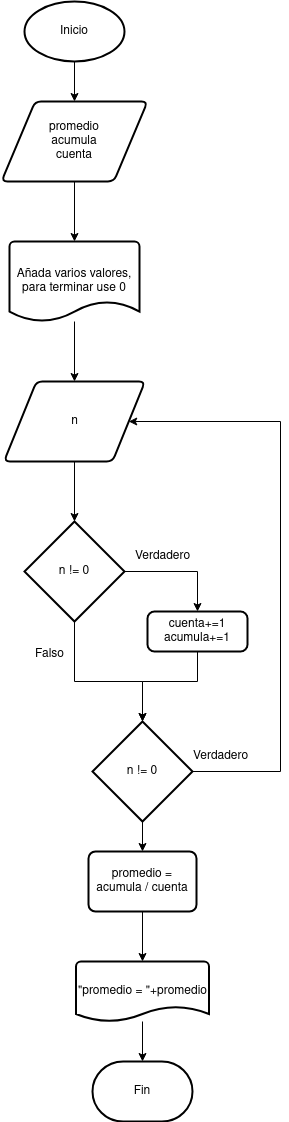
The draw.io diagram unidad-1/Tareas/tarea2/images/diagrama-flujo8.png in IsmaelJos/programacion, before a commit. Source tidied: cells renumbered, new cells last; positions are measured from the earlier drawing's top-left corner, leaving out a move shared by most shapes. The source it was exported from:
```xml
<mxGraphModel>
  <root>
    <mxCell id="0" />
    <mxCell id="1" parent="0" />
    <mxCell id="2" value="Fin" style="strokeWidth=2;html=1;shape=mxgraph.flowchart.terminator;whiteSpace=wrap;" parent="1" vertex="1">
      <mxGeometry x="91" y="1060" width="100" height="60" as="geometry" />
    </mxCell>
    <mxCell id="3" style="edgeStyle=orthogonalEdgeStyle;rounded=0;jettySize=auto;html=1;exitX=0.5;exitY=1;exitDx=0;exitDy=0;exitPerimeter=0;entryX=0.5;entryY=0;entryDx=0;entryDy=0;" parent="1" edge="1" source="4" target="5">
      <mxGeometry relative="1" as="geometry" />
    </mxCell>
    <mxCell id="4" value="Inicio" style="strokeWidth=2;html=1;shape=mxgraph.flowchart.start_1;whiteSpace=wrap;" parent="1" vertex="1">
      <mxGeometry x="23" width="100" height="60" as="geometry" />
    </mxCell>
    <mxCell id="5" value="&lt;div&gt;promedio&lt;/div&gt;&lt;div&gt;acumula&lt;/div&gt;&lt;div&gt;cuenta &lt;br&gt;&lt;/div&gt;" style="shape=parallelogram;html=1;strokeWidth=2;perimeter=parallelogramPerimeter;whiteSpace=wrap;rounded=1;arcSize=12;size=0.23;" parent="1" vertex="1">
      <mxGeometry y="100" width="146" height="80" as="geometry" />
    </mxCell>
    <mxCell id="6" style="edgeStyle=orthogonalEdgeStyle;rounded=0;jettySize=auto;html=1;" parent="1" edge="1" source="7" target="9">
      <mxGeometry relative="1" as="geometry" />
    </mxCell>
    <mxCell id="7" value="Añada varios valores, para terminar use 0" style="strokeWidth=2;html=1;shape=mxgraph.flowchart.document2;whiteSpace=wrap;size=0.25;" parent="1" vertex="1">
      <mxGeometry x="8" y="240" width="130" height="80" as="geometry" />
    </mxCell>
    <mxCell id="8" style="edgeStyle=orthogonalEdgeStyle;rounded=0;jettySize=auto;html=1;exitX=0.5;exitY=1;exitDx=0;exitDy=0;entryX=0.5;entryY=0;entryDx=0;entryDy=0;entryPerimeter=0;" parent="1" edge="1" source="5" target="7">
      <mxGeometry relative="1" as="geometry" />
    </mxCell>
    <mxCell id="9" value="n" style="shape=parallelogram;html=1;strokeWidth=2;perimeter=parallelogramPerimeter;whiteSpace=wrap;rounded=1;arcSize=12;size=0.23;" parent="1" vertex="1">
      <mxGeometry x="2.5" y="380" width="141" height="80" as="geometry" />
    </mxCell>
    <mxCell id="10" style="edgeStyle=orthogonalEdgeStyle;rounded=0;jettySize=auto;html=1;exitX=1;exitY=0.5;exitDx=0;exitDy=0;exitPerimeter=0;entryX=0.5;entryY=0;entryDx=0;entryDy=0;" parent="1" edge="1" source="12" target="14">
      <mxGeometry relative="1" as="geometry" />
    </mxCell>
    <mxCell id="11" style="edgeStyle=orthogonalEdgeStyle;rounded=0;jettySize=auto;html=1;exitX=0.5;exitY=1;exitDx=0;exitDy=0;exitPerimeter=0;entryX=0.5;entryY=0;entryDx=0;entryDy=0;entryPerimeter=0;" parent="1" edge="1" source="12" target="18">
      <mxGeometry relative="1" as="geometry">
        <Array as="points">
          <mxPoint x="73" y="680" />
          <mxPoint x="141" y="680" />
        </Array>
      </mxGeometry>
    </mxCell>
    <mxCell id="12" value="n != 0" style="strokeWidth=2;html=1;shape=mxgraph.flowchart.decision;whiteSpace=wrap;" parent="1" vertex="1">
      <mxGeometry x="23" y="520" width="100" height="100" as="geometry" />
    </mxCell>
    <mxCell id="13" style="edgeStyle=orthogonalEdgeStyle;rounded=0;jettySize=auto;html=1;exitX=0.5;exitY=1;exitDx=0;exitDy=0;entryX=0.5;entryY=0;entryDx=0;entryDy=0;entryPerimeter=0;" parent="1" edge="1" source="9" target="12">
      <mxGeometry relative="1" as="geometry" />
    </mxCell>
    <mxCell id="14" value="&lt;div&gt;cuenta+=1&lt;/div&gt;&lt;div&gt;acumula+=1&lt;br&gt;&lt;/div&gt;" style="rounded=1;whiteSpace=wrap;html=1;absoluteArcSize=1;arcSize=14;strokeWidth=2;" parent="1" vertex="1">
      <mxGeometry x="146" y="610" width="100" height="40" as="geometry" />
    </mxCell>
    <mxCell id="15" value="Verdadero" style="text;html=1;align=center;verticalAlign=middle;strokeColor=none;fillColor=none;" parent="1" vertex="1">
      <mxGeometry x="121" y="540" width="80" height="30" as="geometry" />
    </mxCell>
    <mxCell id="16" value="Falso" style="text;html=1;align=center;verticalAlign=middle;strokeColor=none;fillColor=none;" parent="1" vertex="1">
      <mxGeometry x="23" y="638" width="50" height="30" as="geometry" />
    </mxCell>
    <mxCell id="17" style="edgeStyle=orthogonalEdgeStyle;rounded=0;jettySize=auto;html=1;exitX=0.5;exitY=1;exitDx=0;exitDy=0;exitPerimeter=0;entryX=0.5;entryY=0;entryDx=0;entryDy=0;" parent="1" edge="1" source="18" target="22">
      <mxGeometry relative="1" as="geometry" />
    </mxCell>
    <mxCell id="18" value="n != 0" style="strokeWidth=2;html=1;shape=mxgraph.flowchart.decision;whiteSpace=wrap;" parent="1" vertex="1">
      <mxGeometry x="91" y="720" width="100" height="100" as="geometry" />
    </mxCell>
    <mxCell id="19" style="edgeStyle=orthogonalEdgeStyle;rounded=0;jettySize=auto;html=1;exitX=1;exitY=0.5;exitDx=0;exitDy=0;exitPerimeter=0;entryX=1;entryY=0.5;entryDx=0;entryDy=0;" parent="1" edge="1" source="18" target="9">
      <mxGeometry relative="1" as="geometry">
        <Array as="points">
          <mxPoint x="279" y="770" />
          <mxPoint x="279" y="420" />
        </Array>
      </mxGeometry>
    </mxCell>
    <mxCell id="20" style="edgeStyle=orthogonalEdgeStyle;rounded=0;jettySize=auto;html=1;exitX=0.5;exitY=1;exitDx=0;exitDy=0;entryX=0.5;entryY=0;entryDx=0;entryDy=0;entryPerimeter=0;" parent="1" edge="1" source="14" target="18">
      <mxGeometry relative="1" as="geometry">
        <Array as="points">
          <mxPoint x="196" y="680" />
          <mxPoint x="141" y="680" />
        </Array>
      </mxGeometry>
    </mxCell>
    <mxCell id="21" value="Verdadero" style="text;html=1;align=center;verticalAlign=middle;strokeColor=none;fillColor=none;" parent="1" vertex="1">
      <mxGeometry x="179" y="740" width="80" height="30" as="geometry" />
    </mxCell>
    <mxCell id="22" value="promedio = acumula / cuenta" style="rounded=1;whiteSpace=wrap;html=1;absoluteArcSize=1;arcSize=14;strokeWidth=2;" parent="1" vertex="1">
      <mxGeometry x="87" y="850" width="108" height="60" as="geometry" />
    </mxCell>
    <mxCell id="23" style="edgeStyle=orthogonalEdgeStyle;rounded=0;jettySize=auto;html=1;" parent="1" edge="1" source="24" target="2">
      <mxGeometry relative="1" as="geometry" />
    </mxCell>
    <mxCell id="24" value="&quot;promedio = &quot;+promedio" style="strokeWidth=2;html=1;shape=mxgraph.flowchart.document2;whiteSpace=wrap;size=0.25;" parent="1" vertex="1">
      <mxGeometry x="74.5" y="960" width="133" height="60" as="geometry" />
    </mxCell>
    <mxCell id="25" style="edgeStyle=orthogonalEdgeStyle;rounded=0;jettySize=auto;html=1;exitX=0.5;exitY=1;exitDx=0;exitDy=0;entryX=0.5;entryY=0;entryDx=0;entryDy=0;entryPerimeter=0;" parent="1" edge="1" source="22" target="24">
      <mxGeometry relative="1" as="geometry" />
    </mxCell>
  </root>
</mxGraphModel>
```
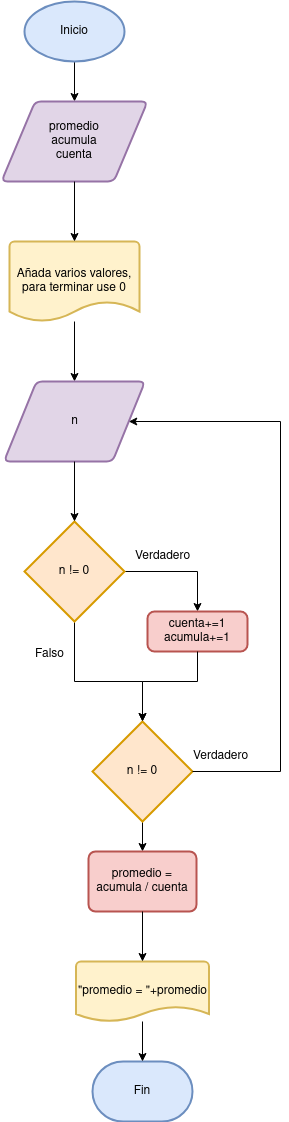
Later version of the same file.

Diff of the diagram source:
```diff
@@ -2,28 +2,28 @@
   <root>
     <mxCell id="0" />
     <mxCell id="1" parent="0" />
-    <mxCell id="2" value="Fin" style="strokeWidth=2;html=1;shape=mxgraph.flowchart.terminator;whiteSpace=wrap;" parent="1" vertex="1">
+    <mxCell id="2" value="Fin" style="strokeWidth=2;html=1;shape=mxgraph.flowchart.terminator;whiteSpace=wrap;fillColor=#dae8fc;strokeColor=#6c8ebf;" parent="1" vertex="1">
       <mxGeometry x="91" y="1060" width="100" height="60" as="geometry" />
     </mxCell>
     <mxCell id="3" style="edgeStyle=orthogonalEdgeStyle;rounded=0;jettySize=auto;html=1;exitX=0.5;exitY=1;exitDx=0;exitDy=0;exitPerimeter=0;entryX=0.5;entryY=0;entryDx=0;entryDy=0;" parent="1" edge="1" source="4" target="5">
       <mxGeometry relative="1" as="geometry" />
     </mxCell>
-    <mxCell id="4" value="Inicio" style="strokeWidth=2;html=1;shape=mxgraph.flowchart.start_1;whiteSpace=wrap;" parent="1" vertex="1">
+    <mxCell id="4" value="Inicio" style="strokeWidth=2;html=1;shape=mxgraph.flowchart.start_1;whiteSpace=wrap;fillColor=#dae8fc;strokeColor=#6c8ebf;" parent="1" vertex="1">
       <mxGeometry x="23" width="100" height="60" as="geometry" />
     </mxCell>
-    <mxCell id="5" value="&lt;div&gt;promedio&lt;/div&gt;&lt;div&gt;acumula&lt;/div&gt;&lt;div&gt;cuenta &lt;br&gt;&lt;/div&gt;" style="shape=parallelogram;html=1;strokeWidth=2;perimeter=parallelogramPerimeter;whiteSpace=wrap;rounded=1;arcSize=12;size=0.23;" parent="1" vertex="1">
+    <mxCell id="5" value="&lt;div&gt;promedio&lt;/div&gt;&lt;div&gt;acumula&lt;/div&gt;&lt;div&gt;cuenta &lt;br&gt;&lt;/div&gt;" style="shape=parallelogram;html=1;strokeWidth=2;perimeter=parallelogramPerimeter;whiteSpace=wrap;rounded=1;arcSize=12;size=0.23;fillColor=#e1d5e7;strokeColor=#9673a6;" parent="1" vertex="1">
       <mxGeometry y="100" width="146" height="80" as="geometry" />
     </mxCell>
     <mxCell id="6" style="edgeStyle=orthogonalEdgeStyle;rounded=0;jettySize=auto;html=1;" parent="1" edge="1" source="7" target="9">
       <mxGeometry relative="1" as="geometry" />
     </mxCell>
-    <mxCell id="7" value="Añada varios valores, para terminar use 0" style="strokeWidth=2;html=1;shape=mxgraph.flowchart.document2;whiteSpace=wrap;size=0.25;" parent="1" vertex="1">
+    <mxCell id="7" value="Añada varios valores, para terminar use 0" style="strokeWidth=2;html=1;shape=mxgraph.flowchart.document2;whiteSpace=wrap;size=0.25;fillColor=#fff2cc;strokeColor=#d6b656;" parent="1" vertex="1">
       <mxGeometry x="8" y="240" width="130" height="80" as="geometry" />
     </mxCell>
     <mxCell id="8" style="edgeStyle=orthogonalEdgeStyle;rounded=0;jettySize=auto;html=1;exitX=0.5;exitY=1;exitDx=0;exitDy=0;entryX=0.5;entryY=0;entryDx=0;entryDy=0;entryPerimeter=0;" parent="1" edge="1" source="5" target="7">
       <mxGeometry relative="1" as="geometry" />
     </mxCell>
-    <mxCell id="9" value="n" style="shape=parallelogram;html=1;strokeWidth=2;perimeter=parallelogramPerimeter;whiteSpace=wrap;rounded=1;arcSize=12;size=0.23;" parent="1" vertex="1">
+    <mxCell id="9" value="n" style="shape=parallelogram;html=1;strokeWidth=2;perimeter=parallelogramPerimeter;whiteSpace=wrap;rounded=1;arcSize=12;size=0.23;fillColor=#e1d5e7;strokeColor=#9673a6;" parent="1" vertex="1">
       <mxGeometry x="2.5" y="380" width="141" height="80" as="geometry" />
     </mxCell>
     <mxCell id="10" style="edgeStyle=orthogonalEdgeStyle;rounded=0;jettySize=auto;html=1;exitX=1;exitY=0.5;exitDx=0;exitDy=0;exitPerimeter=0;entryX=0.5;entryY=0;entryDx=0;entryDy=0;" parent="1" edge="1" source="12" target="14">
@@ -37,13 +37,13 @@
         </Array>
       </mxGeometry>
     </mxCell>
-    <mxCell id="12" value="n != 0" style="strokeWidth=2;html=1;shape=mxgraph.flowchart.decision;whiteSpace=wrap;" parent="1" vertex="1">
+    <mxCell id="12" value="n != 0" style="strokeWidth=2;html=1;shape=mxgraph.flowchart.decision;whiteSpace=wrap;fillColor=#ffe6cc;strokeColor=#d79b00;" parent="1" vertex="1">
       <mxGeometry x="23" y="520" width="100" height="100" as="geometry" />
     </mxCell>
     <mxCell id="13" style="edgeStyle=orthogonalEdgeStyle;rounded=0;jettySize=auto;html=1;exitX=0.5;exitY=1;exitDx=0;exitDy=0;entryX=0.5;entryY=0;entryDx=0;entryDy=0;entryPerimeter=0;" parent="1" edge="1" source="9" target="12">
       <mxGeometry relative="1" as="geometry" />
     </mxCell>
-    <mxCell id="14" value="&lt;div&gt;cuenta+=1&lt;/div&gt;&lt;div&gt;acumula+=1&lt;br&gt;&lt;/div&gt;" style="rounded=1;whiteSpace=wrap;html=1;absoluteArcSize=1;arcSize=14;strokeWidth=2;" parent="1" vertex="1">
+    <mxCell id="14" value="&lt;div&gt;cuenta+=1&lt;/div&gt;&lt;div&gt;acumula+=1&lt;br&gt;&lt;/div&gt;" style="rounded=1;whiteSpace=wrap;html=1;absoluteArcSize=1;arcSize=14;strokeWidth=2;fillColor=#f8cecc;strokeColor=#b85450;" parent="1" vertex="1">
       <mxGeometry x="146" y="610" width="100" height="40" as="geometry" />
     </mxCell>
     <mxCell id="15" value="Verdadero" style="text;html=1;align=center;verticalAlign=middle;strokeColor=none;fillColor=none;" parent="1" vertex="1">
@@ -55,7 +55,7 @@
     <mxCell id="17" style="edgeStyle=orthogonalEdgeStyle;rounded=0;jettySize=auto;html=1;exitX=0.5;exitY=1;exitDx=0;exitDy=0;exitPerimeter=0;entryX=0.5;entryY=0;entryDx=0;entryDy=0;" parent="1" edge="1" source="18" target="22">
       <mxGeometry relative="1" as="geometry" />
     </mxCell>
-    <mxCell id="18" value="n != 0" style="strokeWidth=2;html=1;shape=mxgraph.flowchart.decision;whiteSpace=wrap;" parent="1" vertex="1">
+    <mxCell id="18" value="n != 0" style="strokeWidth=2;html=1;shape=mxgraph.flowchart.decision;whiteSpace=wrap;fillColor=#ffe6cc;strokeColor=#d79b00;" parent="1" vertex="1">
       <mxGeometry x="91" y="720" width="100" height="100" as="geometry" />
     </mxCell>
     <mxCell id="19" style="edgeStyle=orthogonalEdgeStyle;rounded=0;jettySize=auto;html=1;exitX=1;exitY=0.5;exitDx=0;exitDy=0;exitPerimeter=0;entryX=1;entryY=0.5;entryDx=0;entryDy=0;" parent="1" edge="1" source="18" target="9">
@@ -77,13 +77,13 @@
     <mxCell id="21" value="Verdadero" style="text;html=1;align=center;verticalAlign=middle;strokeColor=none;fillColor=none;" parent="1" vertex="1">
       <mxGeometry x="179" y="740" width="80" height="30" as="geometry" />
     </mxCell>
-    <mxCell id="22" value="promedio = acumula / cuenta" style="rounded=1;whiteSpace=wrap;html=1;absoluteArcSize=1;arcSize=14;strokeWidth=2;" parent="1" vertex="1">
+    <mxCell id="22" value="promedio = acumula / cuenta" style="rounded=1;whiteSpace=wrap;html=1;absoluteArcSize=1;arcSize=14;strokeWidth=2;fillColor=#f8cecc;strokeColor=#b85450;" parent="1" vertex="1">
       <mxGeometry x="87" y="850" width="108" height="60" as="geometry" />
     </mxCell>
     <mxCell id="23" style="edgeStyle=orthogonalEdgeStyle;rounded=0;jettySize=auto;html=1;" parent="1" edge="1" source="24" target="2">
       <mxGeometry relative="1" as="geometry" />
     </mxCell>
-    <mxCell id="24" value="&quot;promedio = &quot;+promedio" style="strokeWidth=2;html=1;shape=mxgraph.flowchart.document2;whiteSpace=wrap;size=0.25;" parent="1" vertex="1">
+    <mxCell id="24" value="&quot;promedio = &quot;+promedio" style="strokeWidth=2;html=1;shape=mxgraph.flowchart.document2;whiteSpace=wrap;size=0.25;fillColor=#fff2cc;strokeColor=#d6b656;" parent="1" vertex="1">
       <mxGeometry x="74.5" y="960" width="133" height="60" as="geometry" />
     </mxCell>
     <mxCell id="25" style="edgeStyle=orthogonalEdgeStyle;rounded=0;jettySize=auto;html=1;exitX=0.5;exitY=1;exitDx=0;exitDy=0;entryX=0.5;entryY=0;entryDx=0;entryDy=0;entryPerimeter=0;" parent="1" edge="1" source="22" target="24">
```
